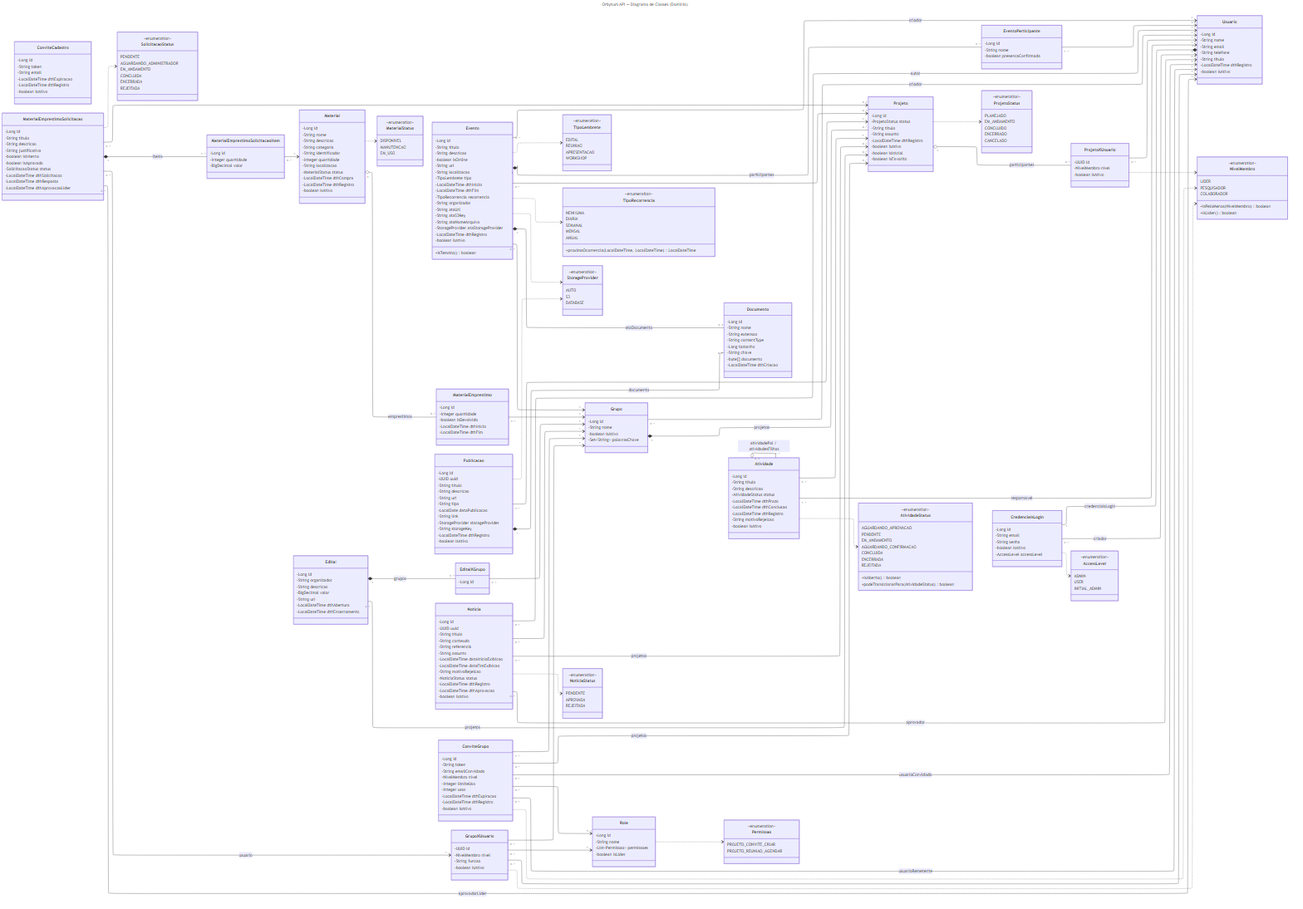
Earlier version of the Mermaid export docs/uml/uml_dominio.png (orbytum/api). Its source is kept beside it as docs/uml/uml_dominio.mmd.
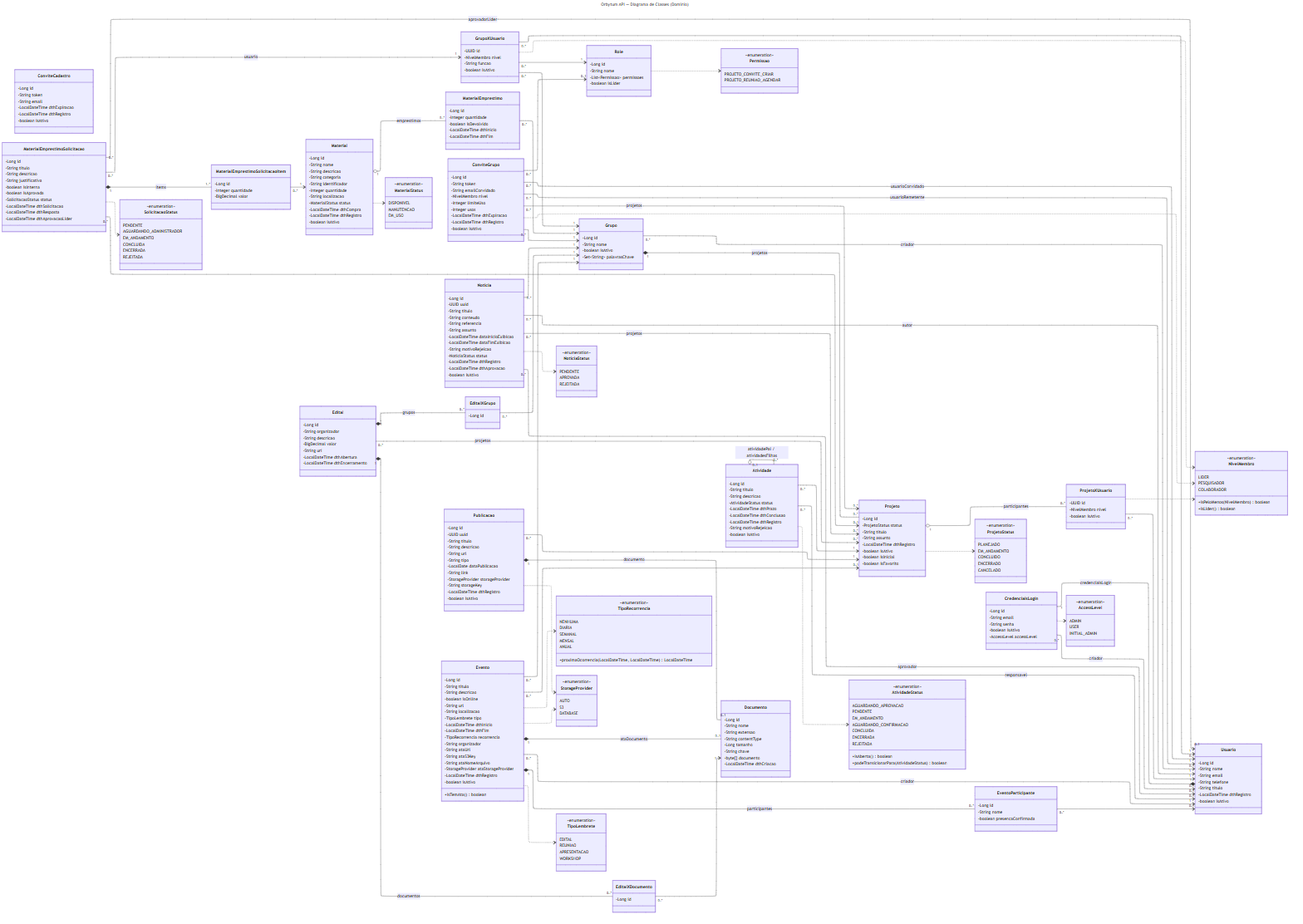
The same diagram one commit later.

The edit, as a diff of the source:
```diff
@@ -138,6 +138,9 @@
     -LocalDateTime dthEncerramento
   }
   class EditalXGrupo {
+    -Long id
+  }
+  class EditalXDocumento {
     -Long id
   }
 
@@ -321,6 +324,8 @@
   Edital "1" *-- "0..*" EditalXGrupo : grupos
   EditalXGrupo "0..*" --> "1" Grupo
   Edital "0..*" --> "0..*" Projeto : projetos
+  Edital "1" *-- "0..*" EditalXDocumento : documentos
+  EditalXDocumento "0..*" --> "1" Documento
 
   Evento "0..*" --> "1" Grupo
   Evento "0..*" --> "1" Usuario : criador
```
